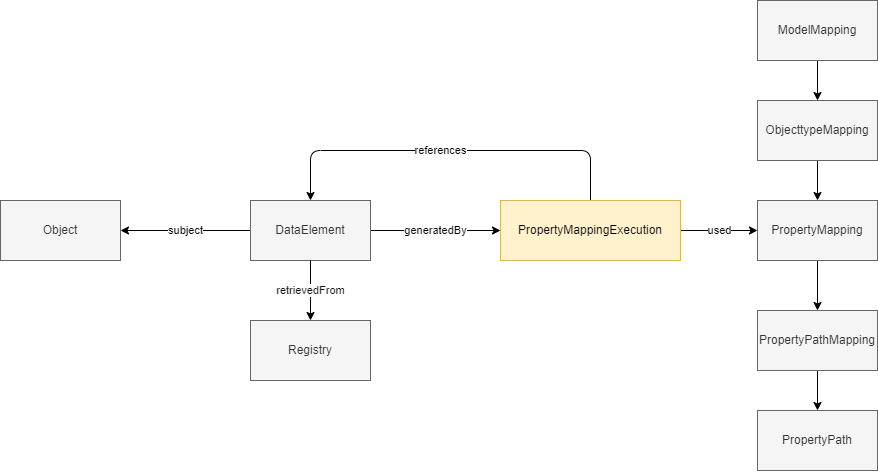
Geonovum/IMX-LineageModel keeps this draw.io diagram as media/level3.2.png. Above is the earlier version. Source tidied: cells renumbered, new cells last; positions are measured from the earlier drawing's top-left corner, leaving out a move shared by most shapes.
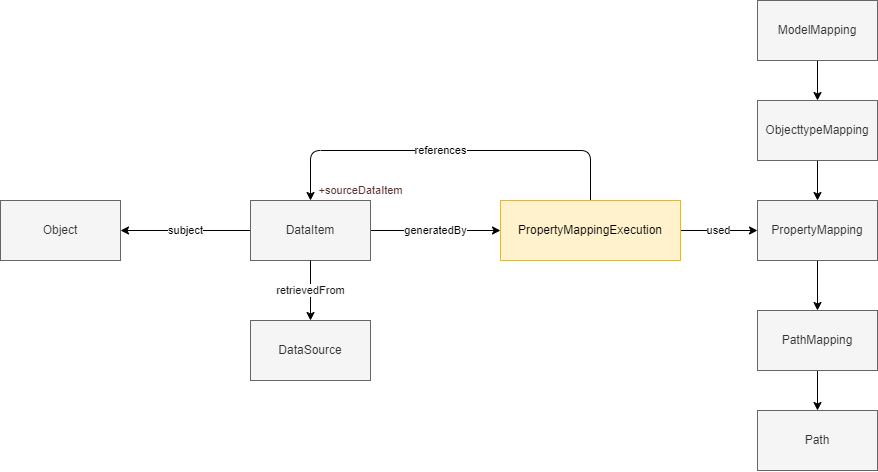
The same diagram one commit later.

The edit, as a diff of the source:
```diff
@@ -31,7 +31,7 @@
     <mxCell id="9" value="Object" style="rounded=0;whiteSpace=wrap;html=1;fillColor=#f5f5f5;fontColor=#333333;strokeColor=#666666;" parent="1" vertex="1">
       <mxGeometry y="200" width="120" height="60" as="geometry" />
     </mxCell>
-    <mxCell id="10" value="DataElement" style="rounded=0;whiteSpace=wrap;html=1;fillColor=#f5f5f5;fontColor=#333333;strokeColor=#666666;" parent="1" vertex="1">
+    <mxCell id="10" value="DataItem&lt;span style=&quot;color: rgba(0, 0, 0, 0); font-family: monospace; font-size: 0px; text-align: start;&quot;&gt;%3CmxGraphModel%3E%3Croot%3E%3CmxCell%20id%3D%220%22%2F%3E%3CmxCell%20id%3D%221%22%20parent%3D%220%22%2F%3E%3CmxCell%20id%3D%222%22%20value%3D%22%2BsourceDataItem%22%20style%3D%22edgeLabel%3Bhtml%3D1%3Balign%3Dcenter%3BverticalAlign%3Dmiddle%3Bresizable%3D0%3Bpoints%3D%5B%5D%3BfontColor%3D%23562f2f%3B%22%20vertex%3D%221%22%20connectable%3D%220%22%20parent%3D%221%22%3E%3CmxGeometry%20x%3D%22430%22%20y%3D%2270%22%20as%3D%22geometry%22%2F%3E%3C%2FmxCell%3E%3C%2Froot%3E%3C%2FmxGraphModel%3E&lt;/span&gt;" style="rounded=0;whiteSpace=wrap;html=1;fillColor=#f5f5f5;fontColor=#333333;strokeColor=#666666;" parent="1" vertex="1">
       <mxGeometry x="250" y="200" width="120" height="60" as="geometry" />
     </mxCell>
     <mxCell id="11" style="edgeStyle=none;html=1;" parent="1" edge="1" source="12" target="18">
@@ -43,10 +43,10 @@
     <mxCell id="13" style="edgeStyle=none;html=1;" parent="1" edge="1" source="14" target="15">
       <mxGeometry relative="1" as="geometry" />
     </mxCell>
-    <mxCell id="14" value="PropertyPathMapping" style="rounded=0;whiteSpace=wrap;html=1;fillColor=#f5f5f5;fontColor=#333333;strokeColor=#666666;" parent="1" vertex="1">
+    <mxCell id="14" value="PathMapping" style="rounded=0;whiteSpace=wrap;html=1;fillColor=#f5f5f5;fontColor=#333333;strokeColor=#666666;" parent="1" vertex="1">
       <mxGeometry x="757" y="310" width="120" height="60" as="geometry" />
     </mxCell>
-    <mxCell id="15" value="PropertyPath" style="rounded=0;whiteSpace=wrap;html=1;fillColor=#f5f5f5;fontColor=#333333;strokeColor=#666666;" parent="1" vertex="1">
+    <mxCell id="15" value="Path" style="rounded=0;whiteSpace=wrap;html=1;fillColor=#f5f5f5;fontColor=#333333;strokeColor=#666666;" parent="1" vertex="1">
       <mxGeometry x="757" y="410" width="120" height="60" as="geometry" />
     </mxCell>
     <mxCell id="16" style="edgeStyle=none;html=1;exitX=0.5;exitY=1;exitDx=0;exitDy=0;" parent="1" edge="1" source="21" target="14">
@@ -61,11 +61,14 @@
     <mxCell id="19" value="retrievedFrom" style="edgeStyle=none;html=1;fontColor=#121111;" parent="1" edge="1" source="10" target="20">
       <mxGeometry relative="1" as="geometry" />
     </mxCell>
-    <mxCell id="20" value="Registry" style="rounded=0;whiteSpace=wrap;html=1;fillColor=#f5f5f5;fontColor=#333333;strokeColor=#666666;" parent="1" vertex="1">
+    <mxCell id="20" value="DataSource" style="rounded=0;whiteSpace=wrap;html=1;fillColor=#f5f5f5;fontColor=#333333;strokeColor=#666666;" parent="1" vertex="1">
       <mxGeometry x="250" y="320" width="120" height="60" as="geometry" />
     </mxCell>
     <mxCell id="21" value="PropertyMapping" style="rounded=0;whiteSpace=wrap;html=1;fillColor=#f5f5f5;fontColor=#333333;strokeColor=#666666;" parent="1" vertex="1">
       <mxGeometry x="757" y="200" width="120" height="60" as="geometry" />
     </mxCell>
+    <mxCell id="22" value="+sourceDataItem" style="edgeLabel;html=1;align=center;verticalAlign=middle;fontColor=#562f2f;" parent="1" vertex="1">
+      <mxGeometry x="360" y="190" as="geometry" />
+    </mxCell>
   </root>
 </mxGraphModel>
```
